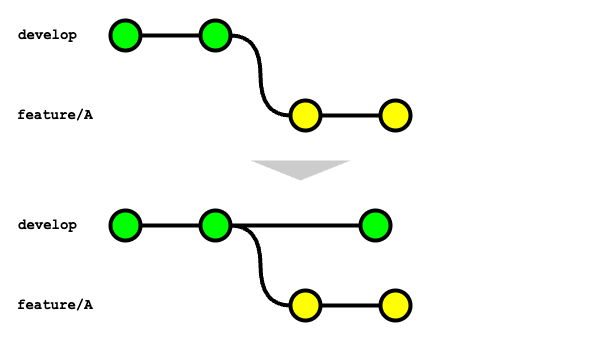
Before: documents/forGitBranch/img/merge_strategy_develop_to_feature.drawio.png, a diagram exported from draw.io (future-architect/coding-standards). Source tidied: cells renumbered, new cells last; positions are measured from the earlier drawing's top-left corner, leaving out a move shared by most shapes.
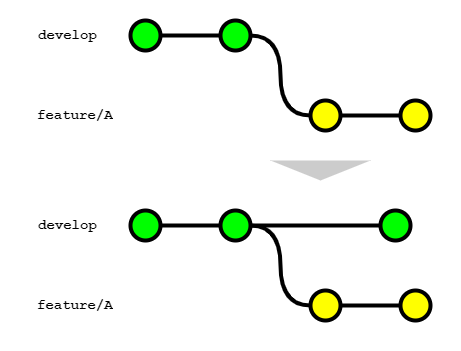
Above is the later version.

The edit, as a diff of the source:
```diff
@@ -2,8 +2,11 @@
   <root>
     <mxCell id="0" />
     <mxCell id="1" parent="0" />
+    <mxCell id="24" style="rounded=0;whiteSpace=wrap;html=1;strokeColor=none;" parent="1" vertex="1">
+      <mxGeometry x="-20" width="460" height="350" as="geometry" />
+    </mxCell>
     <mxCell id="2" style="rounded=0;whiteSpace=wrap;html=1;fillColor=none;strokeColor=none;" parent="1" vertex="1">
-      <mxGeometry width="600" height="340" as="geometry" />
+      <mxGeometry width="430" height="340" as="geometry" />
     </mxCell>
     <mxCell id="3" style="edgeStyle=orthogonalEdgeStyle;curved=1;rounded=0;jettySize=auto;html=1;exitX=1;exitY=0.5;exitDx=0;exitDy=0;exitPerimeter=0;entryX=0;entryY=0.5;entryDx=0;entryDy=0;entryPerimeter=0;endArrow=none;endFill=0;strokeWidth=4;fontFamily=Courier New;fontColor=#009900;" parent="1" edge="1" source="4" target="8">
       <mxGeometry relative="1" as="geometry" />
```
